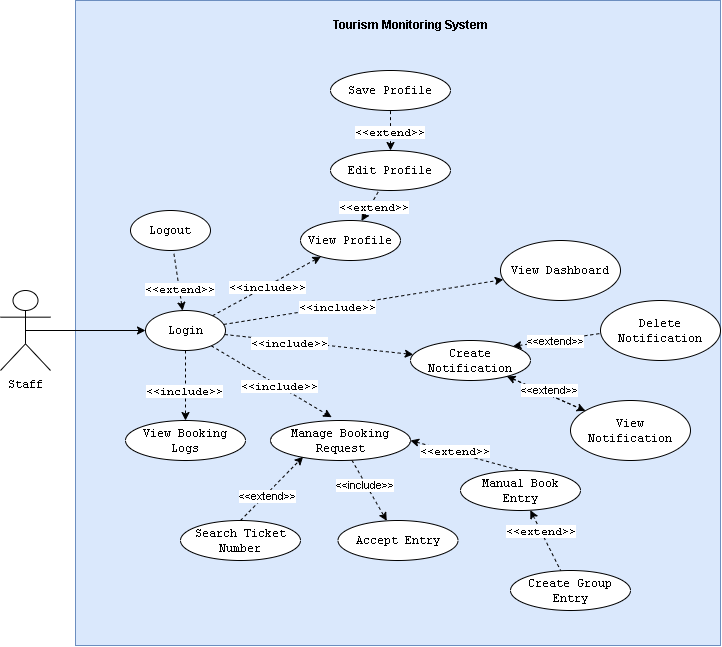
The draw.io diagram Deliverables/appendix/usecasediagram2.png in LittleEins/Thesis-Collab, before a commit. Source tidied: cells renumbered, new cells last; positions are measured from the earlier drawing's top-left corner, leaving out a move shared by most shapes.
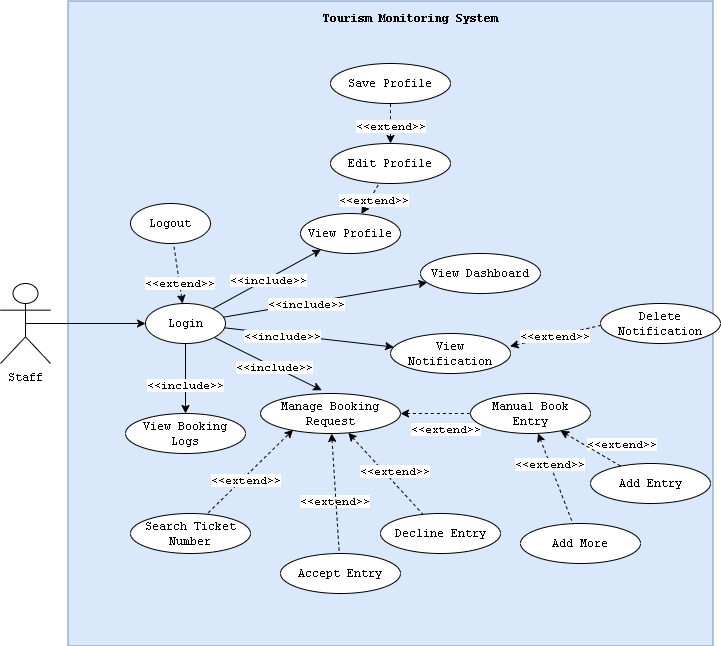
Later version of the same file.

Change to the diagram source:
```diff
@@ -2,11 +2,11 @@
   <root>
     <mxCell id="0" />
     <mxCell id="1" parent="0" />
-    <mxCell id="2" value="&amp;nbsp;" style="whiteSpace=wrap;html=1;fillColor=#dae8fc;strokeColor=#6c8ebf;" parent="1" vertex="1">
-      <mxGeometry x="75" width="645" height="645" as="geometry" />
+    <mxCell id="2" value="&amp;nbsp;" style="whiteSpace=wrap;html=1;fillColor=#dae8fc;strokeColor=#6c8ebf;fontFamily=Courier New;" parent="1" vertex="1">
+      <mxGeometry x="67.5" y="7.5" width="645" height="645" as="geometry" />
     </mxCell>
-    <mxCell id="3" value="&lt;b&gt;Tourism Monitoring System&lt;/b&gt;" style="text;html=1;align=center;verticalAlign=middle;strokeColor=none;fillColor=none;" parent="1" vertex="1">
-      <mxGeometry x="320" y="10" width="180" height="30" as="geometry" />
+    <mxCell id="3" value="&lt;b&gt;Tourism Monitoring System&lt;/b&gt;" style="text;html=1;align=center;verticalAlign=middle;strokeColor=none;fillColor=none;fontFamily=Courier New;" parent="1" vertex="1">
+      <mxGeometry x="310" y="10" width="200" height="30" as="geometry" />
     </mxCell>
     <mxCell id="4" value="Staff" style="shape=umlActor;verticalLabelPosition=bottom;verticalAlign=top;html=1;outlineConnect=0;fontFamily=Courier New;" parent="1" vertex="1">
       <mxGeometry y="290" width="50" height="80" as="geometry" />
@@ -14,31 +14,38 @@
     <mxCell id="5" style="edgeStyle=none;rounded=0;jettySize=auto;html=1;fontFamily=Courier New;exitX=0.5;exitY=0.5;exitDx=0;exitDy=0;exitPerimeter=0;" parent="1" edge="1" source="4" target="20">
       <mxGeometry relative="1" as="geometry" />
     </mxCell>
-    <mxCell id="6" style="edgeStyle=none;rounded=0;jettySize=auto;html=1;fontFamily=Courier New;dashed=1;" parent="1" edge="1" source="20" target="21">
+    <mxCell id="6" style="edgeStyle=none;rounded=0;jettySize=auto;html=1;fontFamily=Courier New;" parent="1" edge="1" source="20" target="21">
       <mxGeometry relative="1" as="geometry" />
     </mxCell>
     <mxCell id="7" value="&amp;lt;&amp;lt;include&amp;gt;&amp;gt;" style="edgeLabel;html=1;align=center;verticalAlign=middle;fontFamily=Courier New;" parent="6" vertex="1">
       <mxGeometry x="-0.19" y="-1" relative="1" as="geometry" />
     </mxCell>
-    <mxCell id="8" style="edgeStyle=none;rounded=0;jettySize=auto;html=1;fontFamily=Courier New;exitX=1;exitY=0.5;exitDx=0;exitDy=0;entryX=0.5;entryY=0;entryDx=0;entryDy=0;dashed=1;startArrow=classic;startFill=1;endArrow=none;endFill=0;" parent="1" edge="1" source="35" target="24">
+    <mxCell id="8" style="edgeStyle=none;rounded=0;jettySize=auto;html=1;fontFamily=Courier New;exitX=1;exitY=0.5;exitDx=0;exitDy=0;entryX=0;entryY=0.5;entryDx=0;entryDy=0;dashed=1;startArrow=classic;startFill=1;endArrow=none;endFill=0;" parent="1" edge="1" source="35" target="24">
       <mxGeometry relative="1" as="geometry" />
     </mxCell>
     <mxCell id="9" value="&amp;lt;&amp;lt;extend&amp;gt;&amp;gt;" style="edgeLabel;html=1;align=center;verticalAlign=middle;fontFamily=Courier New;" parent="8" vertex="1">
-      <mxGeometry x="-0.21" y="1" relative="1" as="geometry" />
+      <mxGeometry x="-0.21" y="1" relative="1" as="geometry">
+        <mxPoint x="16" y="16" as="offset" />
+      </mxGeometry>
     </mxCell>
+    <mxCell id="50" value="&amp;lt;&amp;lt;extend&amp;gt;&amp;gt;" style="edgeLabel;html=1;align=center;verticalAlign=middle;fontFamily=Courier New;" parent="8" vertex="1">
+      <mxGeometry x="-0.21" y="1" relative="1" as="geometry">
+        <mxPoint x="192" y="31" as="offset" />
+      </mxGeometry>
+    </mxCell>
-    <mxCell id="10" style="edgeStyle=none;rounded=0;jettySize=auto;html=1;fontFamily=Courier New;dashed=1;" parent="1" edge="1" source="20" target="28">
+    <mxCell id="10" style="edgeStyle=none;rounded=0;jettySize=auto;html=1;fontFamily=Courier New;" parent="1" edge="1" source="20" target="28">
       <mxGeometry relative="1" as="geometry" />
     </mxCell>
     <mxCell id="11" value="&amp;lt;&amp;lt;include&amp;gt;&amp;gt;" style="edgeLabel;html=1;align=center;verticalAlign=middle;fontFamily=Courier New;" parent="10" vertex="1">
       <mxGeometry y="-1" relative="1" as="geometry" />
     </mxCell>
-    <mxCell id="12" style="edgeStyle=none;rounded=0;jettySize=auto;html=1;fontFamily=Courier New;entryX=0.437;entryY=-0.082;entryDx=0;entryDy=0;entryPerimeter=0;dashed=1;" parent="1" edge="1" source="20" target="35">
+    <mxCell id="12" style="edgeStyle=none;rounded=0;jettySize=auto;html=1;fontFamily=Courier New;entryX=0.437;entryY=-0.082;entryDx=0;entryDy=0;entryPerimeter=0;" parent="1" edge="1" source="20" target="35">
       <mxGeometry relative="1" as="geometry" />
     </mxCell>
     <mxCell id="13" value="&amp;lt;&amp;lt;include&amp;gt;&amp;gt;" style="edgeLabel;html=1;align=center;verticalAlign=middle;fontFamily=Courier New;" parent="12" vertex="1">
       <mxGeometry x="0.12" relative="1" as="geometry" />
     </mxCell>
-    <mxCell id="14" style="edgeStyle=none;rounded=0;jettySize=auto;html=1;dashed=1;fontFamily=Courier New;" parent="1" edge="1" source="20" target="36">
+    <mxCell id="14" style="edgeStyle=none;rounded=0;jettySize=auto;html=1;fontFamily=Courier New;" parent="1" edge="1" source="20" target="36">
       <mxGeometry relative="1" as="geometry" />
     </mxCell>
     <mxCell id="15" value="&amp;lt;&amp;lt;include&amp;gt;&amp;gt;" style="edgeLabel;html=1;align=center;verticalAlign=middle;fontFamily=Courier New;" parent="14" vertex="1">
@@ -50,7 +57,7 @@
     <mxCell id="17" value="&amp;lt;&amp;lt;extend&amp;gt;&amp;gt;" style="edgeLabel;html=1;align=center;verticalAlign=middle;fontFamily=Courier New;" parent="16" vertex="1">
       <mxGeometry x="-0.3" relative="1" as="geometry" />
     </mxCell>
-    <mxCell id="18" style="edgeStyle=none;rounded=0;jettySize=auto;html=1;dashed=1;fontFamily=Courier New;" parent="1" edge="1" source="20" target="43">
+    <mxCell id="18" style="edgeStyle=none;rounded=0;jettySize=auto;html=1;fontFamily=Courier New;" parent="1" edge="1" source="20" target="44">
       <mxGeometry relative="1" as="geometry" />
     </mxCell>
     <mxCell id="19" value="&amp;lt;&amp;lt;include&amp;gt;&amp;gt;" style="edgeLabel;html=1;align=center;verticalAlign=middle;fontFamily=Courier New;" parent="18" vertex="1">
@@ -60,7 +67,7 @@
       <mxGeometry x="145" y="310" width="80" height="40" as="geometry" />
     </mxCell>
     <mxCell id="21" value="View Dashboard" style="ellipse;whiteSpace=wrap;html=1;fontFamily=Courier New;verticalAlign=middle;" parent="1" vertex="1">
-      <mxGeometry x="500" y="240" width="120" height="60" as="geometry" />
+      <mxGeometry x="420" y="260" width="120" height="40" as="geometry" />
     </mxCell>
     <mxCell id="22" style="edgeStyle=none;rounded=0;jettySize=auto;html=1;fontFamily=Courier New;dashed=1;startArrow=classic;startFill=1;endArrow=none;endFill=0;" parent="1" edge="1" source="24" target="25">
       <mxGeometry relative="1" as="geometry" />
@@ -68,11 +75,14 @@
     <mxCell id="23" value="&amp;lt;&amp;lt;extend&amp;gt;&amp;gt;" style="edgeLabel;html=1;align=center;verticalAlign=middle;fontFamily=Courier New;" parent="22" vertex="1">
       <mxGeometry x="-0.33" y="-1" relative="1" as="geometry" />
     </mxCell>
+    <mxCell id="51" style="edgeStyle=none;rounded=0;jettySize=auto;html=1;fontFamily=Courier New;startArrow=classic;startFill=1;endArrow=none;endFill=0;dashed=1;" parent="1" edge="1" source="24" target="55">
+      <mxGeometry relative="1" as="geometry" />
+    </mxCell>
     <mxCell id="24" value="Manual Book Entry" style="ellipse;whiteSpace=wrap;html=1;fontFamily=Courier New;verticalAlign=middle;" parent="1" vertex="1">
-      <mxGeometry x="460" y="470" width="120" height="40" as="geometry" />
+      <mxGeometry x="470" y="400" width="120" height="40" as="geometry" />
     </mxCell>
-    <mxCell id="25" value="Create Group Entry" style="ellipse;whiteSpace=wrap;html=1;fontFamily=Courier New;verticalAlign=middle;" parent="1" vertex="1">
-      <mxGeometry x="510" y="570" width="120" height="40" as="geometry" />
+    <mxCell id="25" value="Add More" style="ellipse;whiteSpace=wrap;html=1;fontFamily=Courier New;verticalAlign=middle;" parent="1" vertex="1">
+      <mxGeometry x="520" y="530" width="120" height="40" as="geometry" />
     </mxCell>
     <mxCell id="26" style="edgeStyle=none;rounded=0;jettySize=auto;html=1;fontFamily=Courier New;dashed=1;startArrow=classic;startFill=1;endArrow=none;endFill=0;" parent="1" edge="1" source="28" target="31">
       <mxGeometry relative="1" as="geometry" />
@@ -95,14 +105,21 @@
     <mxCell id="32" value="Save Profile" style="ellipse;whiteSpace=wrap;html=1;fontFamily=Courier New;" parent="1" vertex="1">
       <mxGeometry x="330" y="70" width="120" height="40" as="geometry" />
     </mxCell>
-    <mxCell id="33" style="edgeStyle=none;rounded=0;jettySize=auto;html=1;dashed=1;" parent="1" edge="1" source="35" target="46">
+    <mxCell id="33" style="edgeStyle=none;rounded=0;jettySize=auto;html=1;dashed=1;endArrow=none;endFill=0;startArrow=classic;startFill=1;fontFamily=Courier New;" parent="1" edge="1" source="35" target="46">
       <mxGeometry relative="1" as="geometry" />
     </mxCell>
-    <mxCell id="34" value="&amp;lt;&amp;lt;include&amp;gt;&amp;gt;" style="edgeLabel;html=1;align=center;verticalAlign=middle;" parent="33" vertex="1">
-      <mxGeometry x="-0.22" y="-2" relative="1" as="geometry" />
+    <mxCell id="34" value="&amp;lt;&amp;lt;extend&amp;gt;&amp;gt;" style="edgeLabel;html=1;align=center;verticalAlign=middle;fontFamily=Courier New;" parent="33" vertex="1">
+      <mxGeometry x="-0.22" y="-2" relative="1" as="geometry">
+        <mxPoint x="18" y="5" as="offset" />
+      </mxGeometry>
     </mxCell>
+    <mxCell id="52" value="&amp;lt;&amp;lt;extend&amp;gt;&amp;gt;" style="edgeLabel;html=1;align=center;verticalAlign=middle;fontFamily=Courier New;" parent="33" vertex="1">
+      <mxGeometry x="-0.22" y="-2" relative="1" as="geometry">
+        <mxPoint x="-42" y="35" as="offset" />
+      </mxGeometry>
+    </mxCell>
     <mxCell id="35" value="Manage Booking Request" style="ellipse;whiteSpace=wrap;html=1;fontFamily=Courier New;verticalAlign=middle;" parent="1" vertex="1">
-      <mxGeometry x="270" y="420" width="140" height="40" as="geometry" />
+      <mxGeometry x="260" y="400" width="140" height="40" as="geometry" />
     </mxCell>
     <mxCell id="36" value="View Booking Logs" style="ellipse;whiteSpace=wrap;html=1;fontFamily=Courier New;verticalAlign=middle;" parent="1" vertex="1">
       <mxGeometry x="125" y="420" width="120" height="40" as="geometry" />
@@ -110,45 +127,40 @@
     <mxCell id="37" value="Logout" style="ellipse;whiteSpace=wrap;html=1;fontFamily=Courier New;" parent="1" vertex="1">
       <mxGeometry x="130" y="210" width="80" height="40" as="geometry" />
     </mxCell>
-    <mxCell id="38" style="rounded=0;jettySize=auto;html=1;dashed=1;" parent="1" edge="1" source="43" target="44">
-      <mxGeometry relative="1" as="geometry" />
-    </mxCell>
-    <mxCell id="39" style="edgeStyle=none;rounded=0;jettySize=auto;html=1;dashed=1;startArrow=classic;startFill=1;endArrow=none;endFill=0;" parent="1" edge="1" source="43" target="44">
-      <mxGeometry relative="1" as="geometry" />
-    </mxCell>
-    <mxCell id="40" value="&amp;lt;&amp;lt;extend&amp;gt;&amp;gt;" style="edgeLabel;html=1;align=center;verticalAlign=middle;" parent="39" vertex="1">
-      <mxGeometry x="-0.58" relative="1" as="geometry">
-        <mxPoint x="26" y="7" as="offset" />
-      </mxGeometry>
-    </mxCell>
-    <mxCell id="41" style="edgeStyle=none;rounded=0;jettySize=auto;html=1;exitX=1;exitY=0;exitDx=0;exitDy=0;entryX=-0.002;entryY=0.55;entryDx=0;entryDy=0;entryPerimeter=0;dashed=1;startArrow=classic;startFill=1;endArrow=none;endFill=0;" parent="1" edge="1" source="43" target="45">
+    <mxCell id="41" style="edgeStyle=none;rounded=0;jettySize=auto;html=1;exitX=0.996;exitY=0.319;exitDx=0;exitDy=0;entryX=-0.002;entryY=0.55;entryDx=0;entryDy=0;entryPerimeter=0;dashed=1;startArrow=classic;startFill=1;endArrow=none;endFill=0;exitPerimeter=0;fontFamily=Courier New;" parent="1" edge="1" source="44" target="45">
       <mxGeometry relative="1" as="geometry" />
     </mxCell>
-    <mxCell id="42" value="&amp;lt;&amp;lt;extend&amp;gt;&amp;gt;" style="edgeLabel;html=1;align=center;verticalAlign=middle;" parent="41" vertex="1">
+    <mxCell id="42" value="&amp;lt;&amp;lt;extend&amp;gt;&amp;gt;" style="edgeLabel;html=1;align=center;verticalAlign=middle;fontFamily=Courier New;" parent="41" vertex="1">
       <mxGeometry x="0.23" y="-1" relative="1" as="geometry">
         <mxPoint x="-12" y="2" as="offset" />
       </mxGeometry>
     </mxCell>
-    <mxCell id="43" value="Create Notification" style="ellipse;whiteSpace=wrap;html=1;fontFamily=Courier New;" parent="1" vertex="1">
-      <mxGeometry x="410" y="340" width="120" height="40" as="geometry" />
-    </mxCell>
     <mxCell id="44" value="View Notification" style="ellipse;whiteSpace=wrap;html=1;fontFamily=Courier New;" parent="1" vertex="1">
-      <mxGeometry x="570" y="400" width="120" height="60" as="geometry" />
+      <mxGeometry x="390" y="340" width="120" height="40" as="geometry" />
     </mxCell>
     <mxCell id="45" value="Delete Notification" style="ellipse;whiteSpace=wrap;html=1;fontFamily=Courier New;" parent="1" vertex="1">
-      <mxGeometry x="600" y="300" width="120" height="60" as="geometry" />
+      <mxGeometry x="600" y="310" width="120" height="40" as="geometry" />
     </mxCell>
-    <mxCell id="46" value="Accept Entry" style="ellipse;whiteSpace=wrap;html=1;fontFamily=Courier New;" parent="1" vertex="1">
-      <mxGeometry x="337.5" y="520" width="120" height="40" as="geometry" />
+    <mxCell id="46" value="Decline Entry" style="ellipse;whiteSpace=wrap;html=1;fontFamily=Courier New;" parent="1" vertex="1">
+      <mxGeometry x="380" y="520" width="120" height="40" as="geometry" />
     </mxCell>
-    <mxCell id="47" style="edgeStyle=none;rounded=0;jettySize=auto;html=1;exitX=0.5;exitY=0;exitDx=0;exitDy=0;dashed=1;startArrow=none;startFill=0;endArrow=classic;endFill=1;entryX=0.233;entryY=0.906;entryDx=0;entryDy=0;entryPerimeter=0;" parent="1" edge="1" source="49" target="35">
+    <mxCell id="47" style="edgeStyle=none;rounded=0;jettySize=auto;html=1;exitX=0.648;exitY=-0.019;exitDx=0;exitDy=0;dashed=1;startArrow=none;startFill=0;endArrow=classic;endFill=1;entryX=0.233;entryY=0.906;entryDx=0;entryDy=0;entryPerimeter=0;fontFamily=Courier New;exitPerimeter=0;" parent="1" edge="1" source="49" target="35">
       <mxGeometry relative="1" as="geometry" />
     </mxCell>
-    <mxCell id="48" value="&amp;lt;&amp;lt;extend&amp;gt;&amp;gt;" style="edgeLabel;html=1;align=center;verticalAlign=middle;" parent="47" vertex="1">
+    <mxCell id="48" value="&amp;lt;&amp;lt;extend&amp;gt;&amp;gt;" style="edgeLabel;html=1;align=center;verticalAlign=middle;fontFamily=Courier New;" parent="47" vertex="1">
       <mxGeometry x="-0.18" y="-2" relative="1" as="geometry" />
     </mxCell>
     <mxCell id="49" value="Search Ticket Number" style="ellipse;whiteSpace=wrap;html=1;fontFamily=Courier New;" parent="1" vertex="1">
-      <mxGeometry x="180" y="520" width="120" height="40" as="geometry" />
+      <mxGeometry x="130" y="520" width="120" height="40" as="geometry" />
     </mxCell>
+    <mxCell id="53" value="Accept Entry" style="ellipse;whiteSpace=wrap;html=1;fontFamily=Courier New;" parent="1" vertex="1">
+      <mxGeometry x="280" y="560" width="120" height="40" as="geometry" />
+    </mxCell>
+    <mxCell id="54" style="rounded=0;jettySize=auto;html=1;dashed=1;endArrow=none;endFill=0;startArrow=classic;startFill=1;fontFamily=Courier New;" parent="1" edge="1" source="35" target="53">
+      <mxGeometry relative="1" as="geometry" />
+    </mxCell>
+    <mxCell id="55" value="Add Entry" style="ellipse;whiteSpace=wrap;html=1;fontFamily=Courier New;verticalAlign=middle;" parent="1" vertex="1">
+      <mxGeometry x="590" y="470" width="120" height="40" as="geometry" />
+    </mxCell>
   </root>
 </mxGraphModel>
```
